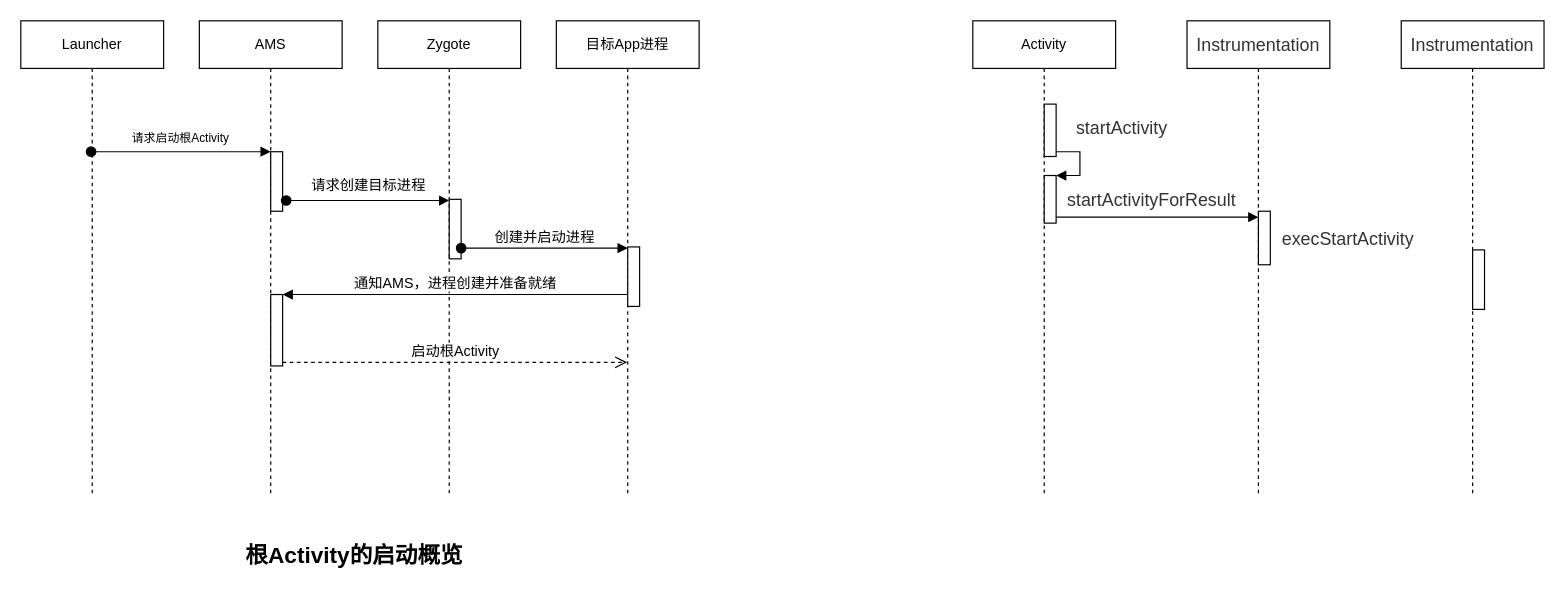
Above: notes/design/四大组件的启动流程.drawio in yyht800/SiGuoYa (draw.io), before the change. Source tidied: cells renumbered, new cells numbered last; positions are measured from the earlier drawing's top-left corner, leaving out a move shared by most shapes. Both pictures are drawn from the tidied source at 119%, with x=0, y=0 at pixel (20, 20).
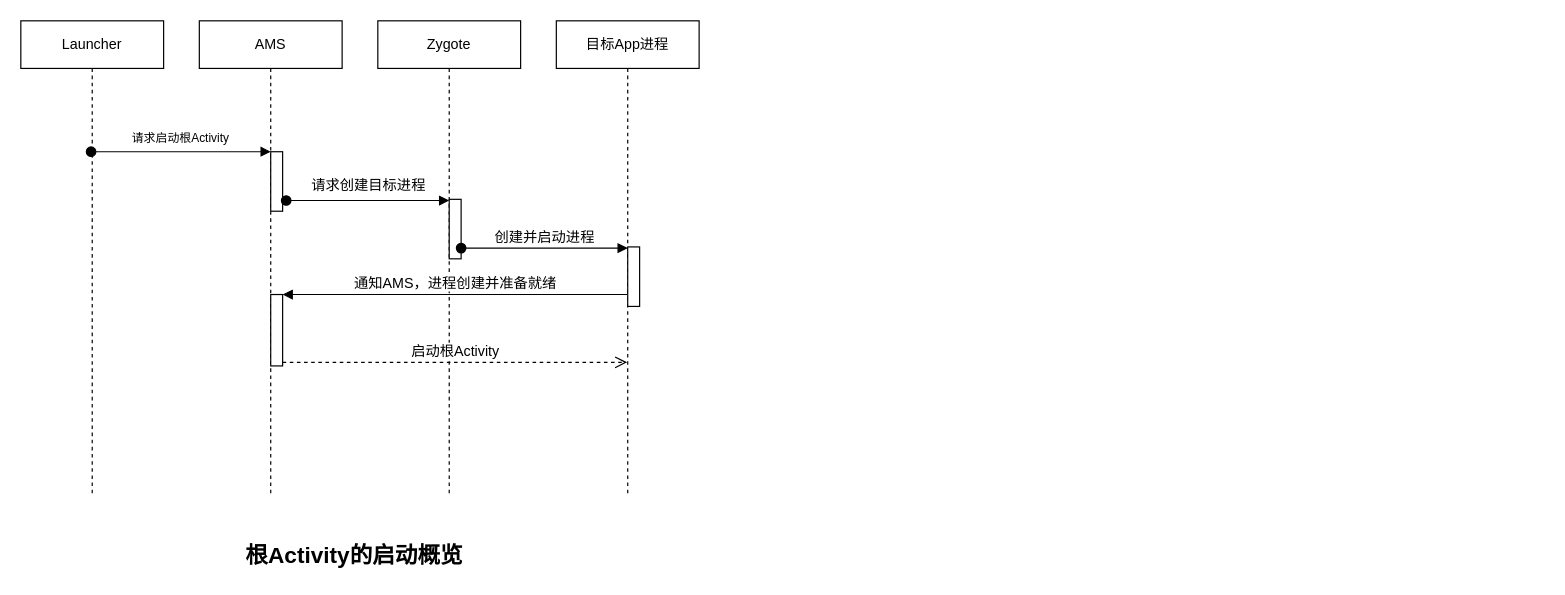
After the change.

Commit message:
更新四大组件的启动流程.drawio

Change to the diagram source:
```diff
@@
-    <mxCell id="16" value="Activity" style="shape=umlLifeline;perimeter=lifelinePerimeter;whiteSpace=wrap;html=1;rounded=0;sketch=0;" parent="1" vertex="1">
-      <mxGeometry x="800" width="120" height="400" as="geometry" />
-    </mxCell>
-    <mxCell id="17" value="&lt;span style=&quot;color: rgb(51 , 51 , 51) ; font-family: , , &amp;#34;segoe ui&amp;#34; , &amp;#34;roboto&amp;#34; , &amp;#34;ubuntu&amp;#34; , &amp;#34;cantarell&amp;#34; , &amp;#34;noto sans&amp;#34; , sans-serif , , &amp;#34;helvetica neue&amp;#34; , &amp;#34;pingfang sc&amp;#34; , &amp;#34;hiragino sans gb&amp;#34; , &amp;#34;microsoft yahei&amp;#34; , &amp;#34;arial&amp;#34; ; font-size: 15px ; background-color: rgb(255 , 255 , 255)&quot;&gt;Instrumentation&lt;/span&gt;" style="shape=umlLifeline;perimeter=lifelinePerimeter;whiteSpace=wrap;html=1;rounded=0;sketch=0;" parent="1" vertex="1">
-      <mxGeometry x="980" width="120" height="400" as="geometry" />
-    </mxCell>
-    <mxCell id="18" style="html=1;perimeter=orthogonalPerimeter;" parent="1" vertex="1">
-      <mxGeometry x="860" y="70" width="10" height="44" as="geometry" />
-    </mxCell>
-    <mxCell id="19" style="html=1;points=[];perimeter=orthogonalPerimeter;" parent="1" vertex="1">
-      <mxGeometry x="860" y="130" width="10" height="40" as="geometry" />
-    </mxCell>
-    <mxCell id="20" style="edgeStyle=orthogonalEdgeStyle;html=1;align=left;spacingLeft=2;endArrow=block;rounded=0;entryX=1;entryY=0;" parent="1" edge="1" target="19">
-      <mxGeometry relative="1" as="geometry">
-        <mxPoint x="870" y="110" as="sourcePoint" />
-        <Array as="points">
-          <mxPoint x="890" y="110" />
-        </Array>
-      </mxGeometry>
-    </mxCell>
-    <mxCell id="21" value="&lt;span style=&quot;color: rgb(51 , 51 , 51) ; font-family: , , &amp;#34;segoe ui&amp;#34; , &amp;#34;roboto&amp;#34; , &amp;#34;ubuntu&amp;#34; , &amp;#34;cantarell&amp;#34; , &amp;#34;noto sans&amp;#34; , sans-serif , , &amp;#34;helvetica neue&amp;#34; , &amp;#34;pingfang sc&amp;#34; , &amp;#34;hiragino sans gb&amp;#34; , &amp;#34;microsoft yahei&amp;#34; , &amp;#34;arial&amp;#34; ; font-size: 15px ; background-color: rgb(255 , 255 , 255)&quot;&gt;startActivityForResult&lt;/span&gt;" style="text;html=1;align=center;verticalAlign=middle;" parent="1" vertex="1">
-      <mxGeometry x="870" y="140" width="160" height="20" as="geometry" />
-    </mxCell>
-    <mxCell id="22" value="&lt;span style=&quot;color: rgb(51 , 51 , 51) ; font-family: , , &amp;#34;segoe ui&amp;#34; , &amp;#34;roboto&amp;#34; , &amp;#34;ubuntu&amp;#34; , &amp;#34;cantarell&amp;#34; , &amp;#34;noto sans&amp;#34; , sans-serif , , &amp;#34;helvetica neue&amp;#34; , &amp;#34;pingfang sc&amp;#34; , &amp;#34;hiragino sans gb&amp;#34; , &amp;#34;microsoft yahei&amp;#34; , &amp;#34;arial&amp;#34; ; font-size: 15px ; background-color: rgb(255 , 255 , 255)&quot;&gt;startActivity&lt;/span&gt;" style="text;html=1;align=center;verticalAlign=middle;" parent="1" vertex="1">
-      <mxGeometry x="880" y="80" width="90" height="20" as="geometry" />
-    </mxCell>
-    <mxCell id="23" style="html=1;perimeter=orthogonalPerimeter;" parent="1" vertex="1">
-      <mxGeometry x="1040" y="160" width="10" height="45" as="geometry" />
-    </mxCell>
-    <mxCell id="24" style="endArrow=block;endFill=1;html=1;edgeStyle=orthogonalEdgeStyle;align=left;verticalAlign=top;exitX=1;exitY=0.875;exitDx=0;exitDy=0;exitPerimeter=0;" parent="1" edge="1" source="19">
-      <mxGeometry x="-1" relative="1" as="geometry">
-        <mxPoint x="1040" y="165" as="targetPoint" />
-      </mxGeometry>
-    </mxCell>
-    <mxCell id="25" value="&lt;span style=&quot;color: rgb(51 , 51 , 51) ; font-family: , , &amp;#34;segoe ui&amp;#34; , &amp;#34;roboto&amp;#34; , &amp;#34;ubuntu&amp;#34; , &amp;#34;cantarell&amp;#34; , &amp;#34;noto sans&amp;#34; , sans-serif , , &amp;#34;helvetica neue&amp;#34; , &amp;#34;pingfang sc&amp;#34; , &amp;#34;hiragino sans gb&amp;#34; , &amp;#34;microsoft yahei&amp;#34; , &amp;#34;arial&amp;#34; ; font-size: 15px ; background-color: rgb(255 , 255 , 255)&quot;&gt;execStartActivity&lt;/span&gt;" style="text;html=1;align=center;verticalAlign=middle;" parent="1" vertex="1">
-      <mxGeometry x="1050" y="172.5" width="130" height="20" as="geometry" />
-    </mxCell>
-    <mxCell id="26" value="&lt;span style=&quot;color: rgb(51 , 51 , 51) ; font-family: , , &amp;#34;segoe ui&amp;#34; , &amp;#34;roboto&amp;#34; , &amp;#34;ubuntu&amp;#34; , &amp;#34;cantarell&amp;#34; , &amp;#34;noto sans&amp;#34; , sans-serif , , &amp;#34;helvetica neue&amp;#34; , &amp;#34;pingfang sc&amp;#34; , &amp;#34;hiragino sans gb&amp;#34; , &amp;#34;microsoft yahei&amp;#34; , &amp;#34;arial&amp;#34; ; font-size: 15px ; background-color: rgb(255 , 255 , 255)&quot;&gt;Instrumentation&lt;/span&gt;" style="shape=umlLifeline;perimeter=lifelinePerimeter;whiteSpace=wrap;html=1;rounded=0;sketch=0;" parent="1" vertex="1">
-      <mxGeometry x="1160" width="120" height="400" as="geometry" />
-    </mxCell>
-    <mxCell id="27" style="html=1;perimeter=orthogonalPerimeter;" parent="1" vertex="1">
-      <mxGeometry x="1220" y="192.5" width="10" height="50" as="geometry" />
-    </mxCell>
```
